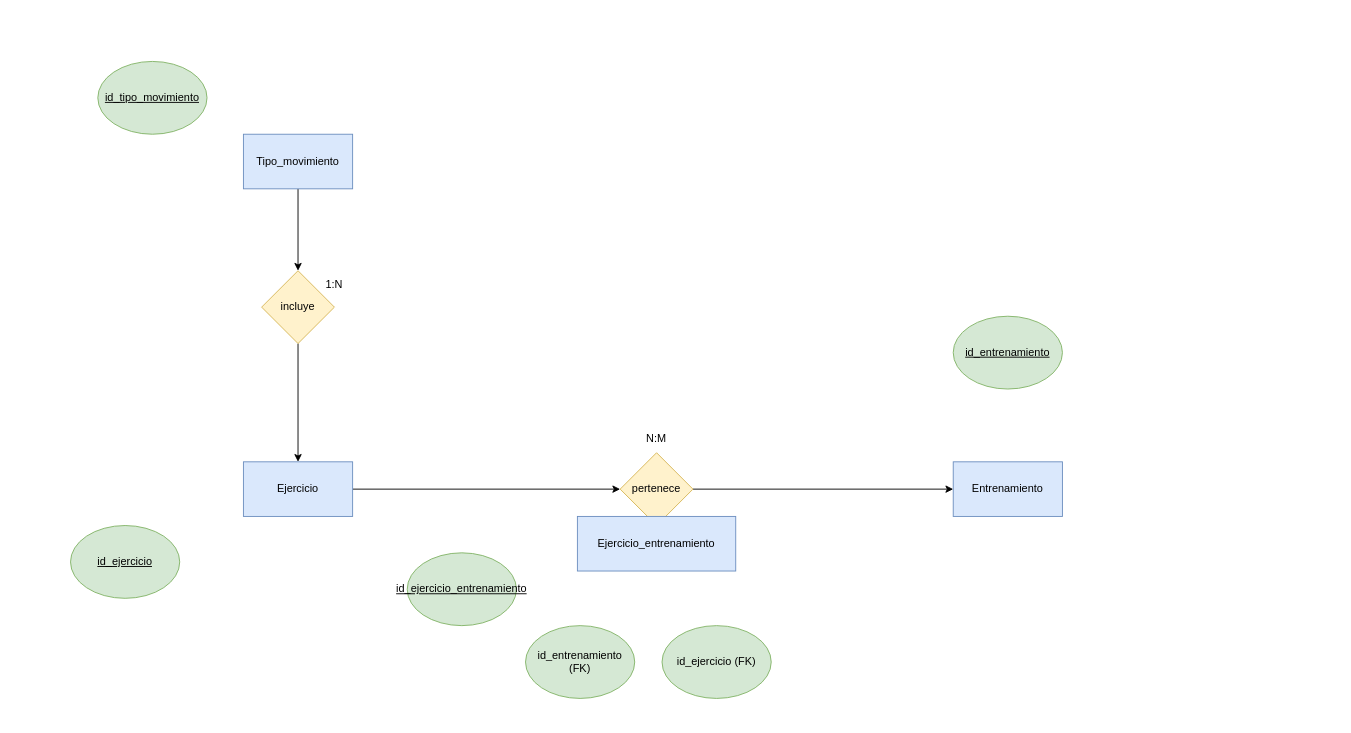
Earlier version of the draw.io diagram docs/bbdd/diagrama_entidad_relacion.drawio (PacoCanovaca/GestorEntrenamientos). Source tidied: cells renumbered, new cells numbered last; positions are measured from the earlier drawing's top-left corner, leaving out a move shared by most shapes. Both pictures are drawn from the tidied source at 91%, with x=0, y=0 at pixel (70, 61).
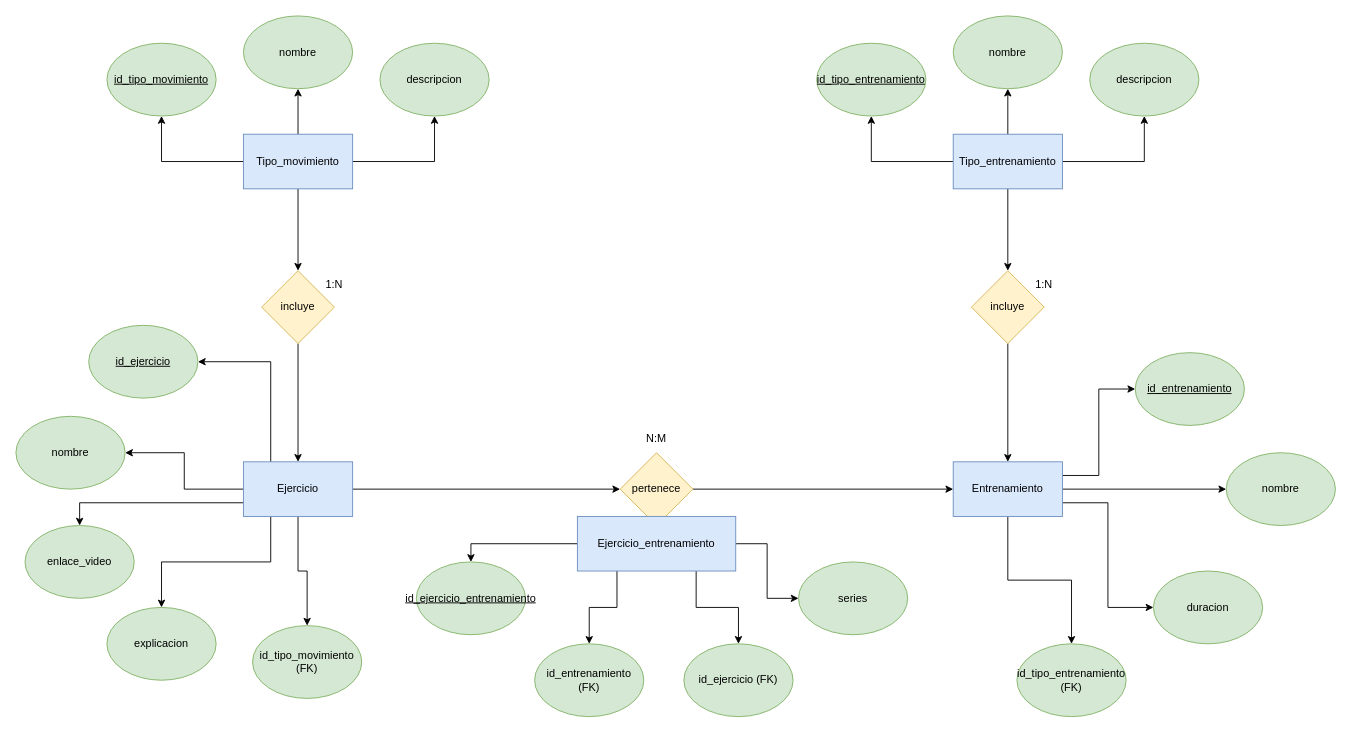
The same diagram, later.

Commit message (it also covers changes not shown here):
Finalización diagrama E-R y justificación de entidades añadida en análisis de datos (doc BBDD)

The change refers to these unchanged cells:
```xml
<mxCell id="3" value="Ejercicio" style="rounded=0;whiteSpace=wrap;html=1;fillColor=#dae8fc;strokeColor=#6c8ebf;" parent="1" vertex="1">
  <mxGeometry x="190" y="440" width="120" height="60" as="geometry" />
</mxCell>
<mxCell id="4" value="Entrenamiento" style="rounded=0;whiteSpace=wrap;html=1;fillColor=#dae8fc;strokeColor=#6c8ebf;" parent="1" vertex="1">
  <mxGeometry x="970" y="440" width="120" height="60" as="geometry" />
</mxCell>
<mxCell id="7" value="Ejercicio_entrenamiento" style="rounded=0;whiteSpace=wrap;html=1;fillColor=#dae8fc;strokeColor=#6c8ebf;" parent="1" vertex="1">
  <mxGeometry x="557" y="500" width="174" height="60" as="geometry" />
</mxCell>
<mxCell id="12" value="Tipo_movimiento" style="rounded=0;whiteSpace=wrap;html=1;fillColor=#dae8fc;strokeColor=#6c8ebf;" parent="1" vertex="1">
  <mxGeometry x="190" y="80" width="120" height="60" as="geometry" />
</mxCell>
```

Change to the diagram source:
```diff
@@
+    <mxCell id="20" style="edgeStyle=orthogonalEdgeStyle;rounded=0;jettySize=auto;html=1;exitX=0.5;exitY=1;exitDx=0;exitDy=0;" parent="1" edge="1" source="3" target="48">
+      <mxGeometry relative="1" as="geometry" />
+    </mxCell>
+    <mxCell id="21" style="edgeStyle=orthogonalEdgeStyle;rounded=0;jettySize=auto;html=1;exitX=0.25;exitY=1;exitDx=0;exitDy=0;" parent="1" edge="1" source="3" target="41">
+      <mxGeometry relative="1" as="geometry" />
+    </mxCell>
+    <mxCell id="22" style="edgeStyle=orthogonalEdgeStyle;rounded=0;jettySize=auto;html=1;exitX=0;exitY=0.75;exitDx=0;exitDy=0;" parent="1" edge="1" source="3" target="40">
+      <mxGeometry relative="1" as="geometry" />
+    </mxCell>
+    <mxCell id="23" style="edgeStyle=orthogonalEdgeStyle;rounded=0;jettySize=auto;html=1;exitX=0;exitY=0.5;exitDx=0;exitDy=0;entryX=1;entryY=0.5;entryDx=0;entryDy=0;" parent="1" edge="1" source="3" target="39">
+      <mxGeometry relative="1" as="geometry" />
+    </mxCell>
+    <mxCell id="24" style="edgeStyle=orthogonalEdgeStyle;rounded=0;jettySize=auto;html=1;exitX=0.25;exitY=0;exitDx=0;exitDy=0;entryX=1;entryY=0.5;entryDx=0;entryDy=0;" parent="1" edge="1" source="3" target="9">
+      <mxGeometry relative="1" as="geometry" />
+    </mxCell>
@@
+    <mxCell id="25" style="edgeStyle=orthogonalEdgeStyle;rounded=0;jettySize=auto;html=1;exitX=1;exitY=0.25;exitDx=0;exitDy=0;entryX=0;entryY=0.5;entryDx=0;entryDy=0;" parent="1" edge="1" source="4" target="10">
+      <mxGeometry relative="1" as="geometry" />
+    </mxCell>
+    <mxCell id="26" style="edgeStyle=orthogonalEdgeStyle;rounded=0;jettySize=auto;html=1;exitX=1;exitY=0.5;exitDx=0;exitDy=0;" parent="1" edge="1" source="4" target="37">
+      <mxGeometry relative="1" as="geometry" />
+    </mxCell>
+    <mxCell id="27" style="edgeStyle=orthogonalEdgeStyle;rounded=0;jettySize=auto;html=1;exitX=1;exitY=0.75;exitDx=0;exitDy=0;entryX=0;entryY=0.5;entryDx=0;entryDy=0;" parent="1" edge="1" source="4" target="38">
+      <mxGeometry relative="1" as="geometry" />
+    </mxCell>
+    <mxCell id="28" style="edgeStyle=orthogonalEdgeStyle;rounded=0;jettySize=auto;html=1;exitX=0.5;exitY=1;exitDx=0;exitDy=0;entryX=0.5;entryY=0;entryDx=0;entryDy=0;" parent="1" edge="1" source="4" target="47">
+      <mxGeometry relative="1" as="geometry" />
+    </mxCell>
@@
+    <mxCell id="29" style="edgeStyle=orthogonalEdgeStyle;rounded=0;jettySize=auto;html=1;exitX=1;exitY=0.5;exitDx=0;exitDy=0;entryX=0;entryY=0.5;entryDx=0;entryDy=0;" parent="1" edge="1" source="7" target="36">
+      <mxGeometry relative="1" as="geometry" />
+    </mxCell>
+    <mxCell id="30" style="edgeStyle=orthogonalEdgeStyle;rounded=0;jettySize=auto;html=1;exitX=0.75;exitY=1;exitDx=0;exitDy=0;entryX=0.5;entryY=0;entryDx=0;entryDy=0;" parent="1" edge="1" source="7" target="18">
+      <mxGeometry relative="1" as="geometry" />
+    </mxCell>
+    <mxCell id="31" style="edgeStyle=orthogonalEdgeStyle;rounded=0;jettySize=auto;html=1;exitX=0.25;exitY=1;exitDx=0;exitDy=0;entryX=0.5;entryY=0;entryDx=0;entryDy=0;" parent="1" edge="1" source="7" target="17">
+      <mxGeometry relative="1" as="geometry" />
+    </mxCell>
+    <mxCell id="32" style="edgeStyle=orthogonalEdgeStyle;rounded=0;jettySize=auto;html=1;exitX=0;exitY=0.5;exitDx=0;exitDy=0;entryX=0.5;entryY=0;entryDx=0;entryDy=0;" parent="1" edge="1" source="7" target="19">
+      <mxGeometry relative="1" as="geometry" />
+    </mxCell>
@@
     <mxCell id="9" value="&lt;u&gt;id_ejercicio&lt;/u&gt;" style="ellipse;whiteSpace=wrap;html=1;fillColor=#d5e8d4;strokeColor=#82b366;" parent="1" vertex="1">
-      <mxGeometry y="510" width="120" height="80" as="geometry" />
+      <mxGeometry x="20" y="290" width="120" height="80" as="geometry" />
     </mxCell>
     <mxCell id="10" value="id_entrenamiento" style="ellipse;whiteSpace=wrap;html=1;fontStyle=4;fillColor=#d5e8d4;strokeColor=#82b366;" parent="1" vertex="1">
-      <mxGeometry x="970" y="280" width="120" height="80" as="geometry" />
+      <mxGeometry x="1170" y="320" width="120" height="80" as="geometry" />
     </mxCell>
@@
+    <mxCell id="33" style="edgeStyle=orthogonalEdgeStyle;rounded=0;jettySize=auto;html=1;exitX=0;exitY=0.5;exitDx=0;exitDy=0;entryX=0.5;entryY=1;entryDx=0;entryDy=0;" parent="1" edge="1" source="12" target="13">
+      <mxGeometry relative="1" as="geometry" />
+    </mxCell>
+    <mxCell id="34" style="edgeStyle=orthogonalEdgeStyle;rounded=0;jettySize=auto;html=1;exitX=0.5;exitY=0;exitDx=0;exitDy=0;entryX=0.5;entryY=1;entryDx=0;entryDy=0;" parent="1" edge="1" source="12" target="45">
+      <mxGeometry relative="1" as="geometry" />
+    </mxCell>
+    <mxCell id="35" style="edgeStyle=orthogonalEdgeStyle;rounded=0;jettySize=auto;html=1;exitX=1;exitY=0.5;exitDx=0;exitDy=0;entryX=0.5;entryY=1;entryDx=0;entryDy=0;" parent="1" edge="1" source="12" target="46">
+      <mxGeometry relative="1" as="geometry" />
+    </mxCell>
@@
     <mxCell id="13" value="&lt;u&gt;id_tipo_movimiento&lt;/u&gt;" style="ellipse;whiteSpace=wrap;html=1;fillColor=#d5e8d4;strokeColor=#82b366;" parent="1" vertex="1">
-      <mxGeometry x="30" width="120" height="80" as="geometry" />
+      <mxGeometry x="40" y="-20" width="120" height="80" as="geometry" />
     </mxCell>
@@
     <mxCell id="17" value="id_entrenamiento (FK)" style="ellipse;whiteSpace=wrap;html=1;fillColor=#d5e8d4;strokeColor=#82b366;" parent="1" vertex="1">
-      <mxGeometry x="500" y="620" width="120" height="80" as="geometry" />
+      <mxGeometry x="510" y="640" width="120" height="80" as="geometry" />
     </mxCell>
     <mxCell id="18" value="id_ejercicio&amp;nbsp;&lt;span style=&quot;background-color: transparent; color: light-dark(rgb(0, 0, 0), rgb(255, 255, 255));&quot;&gt;(FK)&lt;/span&gt;" style="ellipse;whiteSpace=wrap;html=1;fillColor=#d5e8d4;strokeColor=#82b366;" parent="1" vertex="1">
-      <mxGeometry x="650" y="620" width="120" height="80" as="geometry" />
+      <mxGeometry x="674" y="640" width="120" height="80" as="geometry" />
     </mxCell>
     <mxCell id="19" value="id_ejercicio_entrenamiento" style="ellipse;whiteSpace=wrap;html=1;fontStyle=4;fillColor=#d5e8d4;strokeColor=#82b366;" parent="1" vertex="1">
-      <mxGeometry x="370" y="540" width="120" height="80" as="geometry" />
+      <mxGeometry x="380" y="550" width="120" height="80" as="geometry" />
     </mxCell>
+    <mxCell id="36" value="series" style="ellipse;whiteSpace=wrap;html=1;fillColor=#d5e8d4;strokeColor=#82b366;" parent="1" vertex="1">
+      <mxGeometry x="800" y="550" width="120" height="80" as="geometry" />
+    </mxCell>
+    <mxCell id="37" value="nombre" style="ellipse;whiteSpace=wrap;html=1;fontStyle=0;fillColor=#d5e8d4;strokeColor=#82b366;" parent="1" vertex="1">
+      <mxGeometry x="1270" y="430" width="120" height="80" as="geometry" />
+    </mxCell>
+    <mxCell id="38" value="duracion" style="ellipse;whiteSpace=wrap;html=1;fontStyle=0;fillColor=#d5e8d4;strokeColor=#82b366;" parent="1" vertex="1">
+      <mxGeometry x="1190" y="560" width="120" height="80" as="geometry" />
+    </mxCell>
+    <mxCell id="39" value="nombre" style="ellipse;whiteSpace=wrap;html=1;fontStyle=0;fillColor=#d5e8d4;strokeColor=#82b366;" parent="1" vertex="1">
+      <mxGeometry x="-60" y="390" width="120" height="80" as="geometry" />
+    </mxCell>
+    <mxCell id="40" value="enlace_video" style="ellipse;whiteSpace=wrap;html=1;fontStyle=0;fillColor=#d5e8d4;strokeColor=#82b366;" parent="1" vertex="1">
+      <mxGeometry x="-50" y="510" width="120" height="80" as="geometry" />
+    </mxCell>
+    <mxCell id="41" value="explicacion" style="ellipse;whiteSpace=wrap;html=1;fontStyle=0;fillColor=#d5e8d4;strokeColor=#82b366;" parent="1" vertex="1">
+      <mxGeometry x="40" y="600" width="120" height="80" as="geometry" />
+    </mxCell>
+    <mxCell id="42" style="edgeStyle=orthogonalEdgeStyle;rounded=0;jettySize=auto;html=1;exitX=0.5;exitY=1;exitDx=0;exitDy=0;entryX=0.5;entryY=0;entryDx=0;entryDy=0;" parent="1" edge="1" source="43" target="4">
+      <mxGeometry relative="1" as="geometry" />
+    </mxCell>
+    <mxCell id="43" value="incluye" style="rhombus;whiteSpace=wrap;html=1;rounded=0;fillColor=#fff2cc;strokeColor=#d6b656;" parent="1" vertex="1">
+      <mxGeometry x="990" y="230" width="80" height="80" as="geometry" />
+    </mxCell>
+    <mxCell id="44" value="1:N" style="text;html=1;whiteSpace=wrap;strokeColor=none;fillColor=none;align=center;verticalAlign=middle;rounded=0;" parent="1" vertex="1">
+      <mxGeometry x="1040" y="230" width="60" height="30" as="geometry" />
+    </mxCell>
+    <mxCell id="45" value="nombre" style="ellipse;whiteSpace=wrap;html=1;fontStyle=0;fillColor=#d5e8d4;strokeColor=#82b366;" parent="1" vertex="1">
+      <mxGeometry x="190" y="-50" width="120" height="80" as="geometry" />
+    </mxCell>
+    <mxCell id="46" value="descripcion" style="ellipse;whiteSpace=wrap;html=1;fontStyle=0;fillColor=#d5e8d4;strokeColor=#82b366;" parent="1" vertex="1">
+      <mxGeometry x="340" y="-20" width="120" height="80" as="geometry" />
+    </mxCell>
+    <mxCell id="47" value="id_tipo_entrenamiento (FK)" style="ellipse;whiteSpace=wrap;html=1;fillColor=#d5e8d4;strokeColor=#82b366;" parent="1" vertex="1">
+      <mxGeometry x="1040" y="640" width="120" height="80" as="geometry" />
+    </mxCell>
+    <mxCell id="48" value="id_tipo_movimiento (FK)" style="ellipse;whiteSpace=wrap;html=1;fillColor=#d5e8d4;strokeColor=#82b366;" parent="1" vertex="1">
+      <mxGeometry x="200" y="620" width="120" height="80" as="geometry" />
+    </mxCell>
+    <mxCell id="49" style="edgeStyle=orthogonalEdgeStyle;rounded=0;jettySize=auto;html=1;exitX=0;exitY=0.5;exitDx=0;exitDy=0;entryX=0.5;entryY=1;entryDx=0;entryDy=0;" parent="1" edge="1" source="53" target="54">
+      <mxGeometry relative="1" as="geometry" />
+    </mxCell>
+    <mxCell id="50" style="edgeStyle=orthogonalEdgeStyle;rounded=0;jettySize=auto;html=1;exitX=0.5;exitY=0;exitDx=0;exitDy=0;entryX=0.5;entryY=1;entryDx=0;entryDy=0;" parent="1" edge="1" source="53" target="55">
+      <mxGeometry relative="1" as="geometry" />
+    </mxCell>
+    <mxCell id="51" style="edgeStyle=orthogonalEdgeStyle;rounded=0;jettySize=auto;html=1;exitX=1;exitY=0.5;exitDx=0;exitDy=0;entryX=0.5;entryY=1;entryDx=0;entryDy=0;" parent="1" edge="1" source="53" target="56">
+      <mxGeometry relative="1" as="geometry" />
+    </mxCell>
+    <mxCell id="52" style="edgeStyle=orthogonalEdgeStyle;rounded=0;jettySize=auto;html=1;exitX=0.5;exitY=1;exitDx=0;exitDy=0;" parent="1" edge="1" source="53" target="43">
+      <mxGeometry relative="1" as="geometry" />
+    </mxCell>
+    <mxCell id="53" value="Tipo_entrenamiento" style="rounded=0;whiteSpace=wrap;html=1;fillColor=#dae8fc;strokeColor=#6c8ebf;" parent="1" vertex="1">
+      <mxGeometry x="970" y="80" width="120" height="60" as="geometry" />
+    </mxCell>
+    <mxCell id="54" value="&lt;u&gt;id_tipo_entrenamiento&lt;/u&gt;" style="ellipse;whiteSpace=wrap;html=1;fillColor=#d5e8d4;strokeColor=#82b366;" parent="1" vertex="1">
+      <mxGeometry x="820" y="-20" width="120" height="80" as="geometry" />
+    </mxCell>
+    <mxCell id="55" value="nombre" style="ellipse;whiteSpace=wrap;html=1;fontStyle=0;fillColor=#d5e8d4;strokeColor=#82b366;" parent="1" vertex="1">
+      <mxGeometry x="970" y="-50" width="120" height="80" as="geometry" />
+    </mxCell>
+    <mxCell id="56" value="descripcion" style="ellipse;whiteSpace=wrap;html=1;fontStyle=0;fillColor=#d5e8d4;strokeColor=#82b366;" parent="1" vertex="1">
+      <mxGeometry x="1120" y="-20" width="120" height="80" as="geometry" />
+    </mxCell>
```
